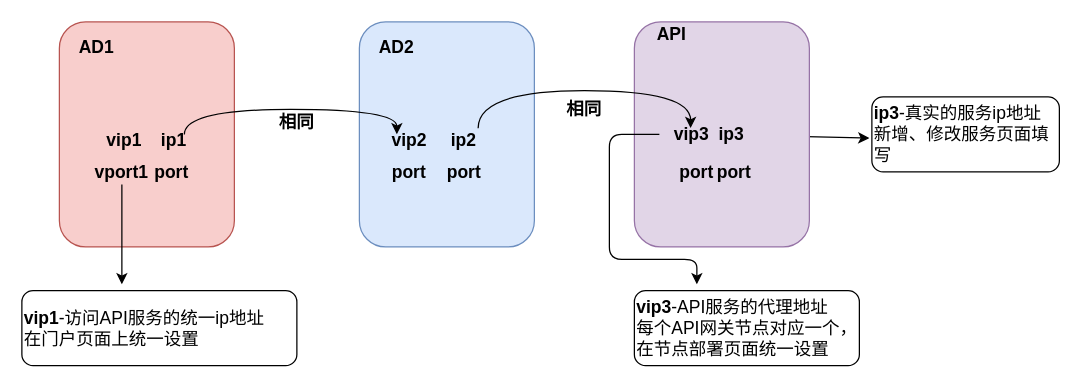
Before: page "AD与API服务的底层ip关系" (1 of 13) of 国税总局迭代三设计.drawio in helemile/notes, a draw.io diagram. Source tidied: cells renumbered, new cells numbered last; positions are measured from the earlier drawing's top-left corner, leaving out a move shared by most shapes. Both pictures are drawn from the tidied source at 125%, with x=0, y=0 at pixel (21, 21).
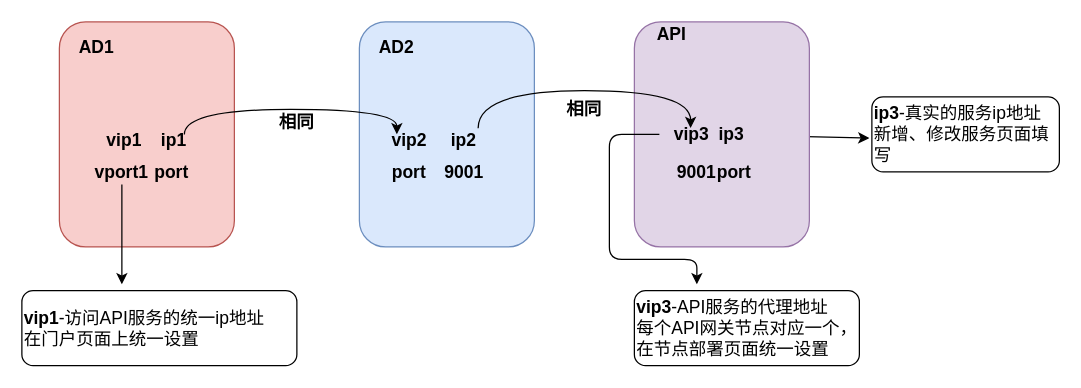
The same diagram, later.

The edit, as a diff of the source:
```diff
@@
-    <mxCell id="24" value="port" style="text;html=1;strokeColor=none;fillColor=none;align=center;verticalAlign=middle;whiteSpace=wrap;rounded=0;fontSize=14;fontStyle=1;" parent="1" vertex="1">
-      <mxGeometry x="334" y="110" width="40" height="20" as="geometry" />
-    </mxCell>
-    <mxCell id="25" value="port" style="text;html=1;strokeColor=none;fillColor=none;align=center;verticalAlign=middle;whiteSpace=wrap;rounded=0;fontSize=14;fontStyle=1;" parent="1" vertex="1">
+    <mxCell id="25" value="9001" style="text;html=1;strokeColor=none;fillColor=none;align=center;verticalAlign=middle;whiteSpace=wrap;rounded=0;fontSize=14;fontStyle=1;" parent="1" vertex="1">
       <mxGeometry x="520" y="110" width="40" height="20" as="geometry" />
     </mxCell>
@@
+    <mxCell id="27" value="9001" style="text;html=1;strokeColor=none;fillColor=none;align=center;verticalAlign=middle;whiteSpace=wrap;rounded=0;fontSize=14;fontStyle=1;" parent="1" vertex="1">
+      <mxGeometry x="334" y="110" width="40" height="20" as="geometry" />
+    </mxCell>
```
